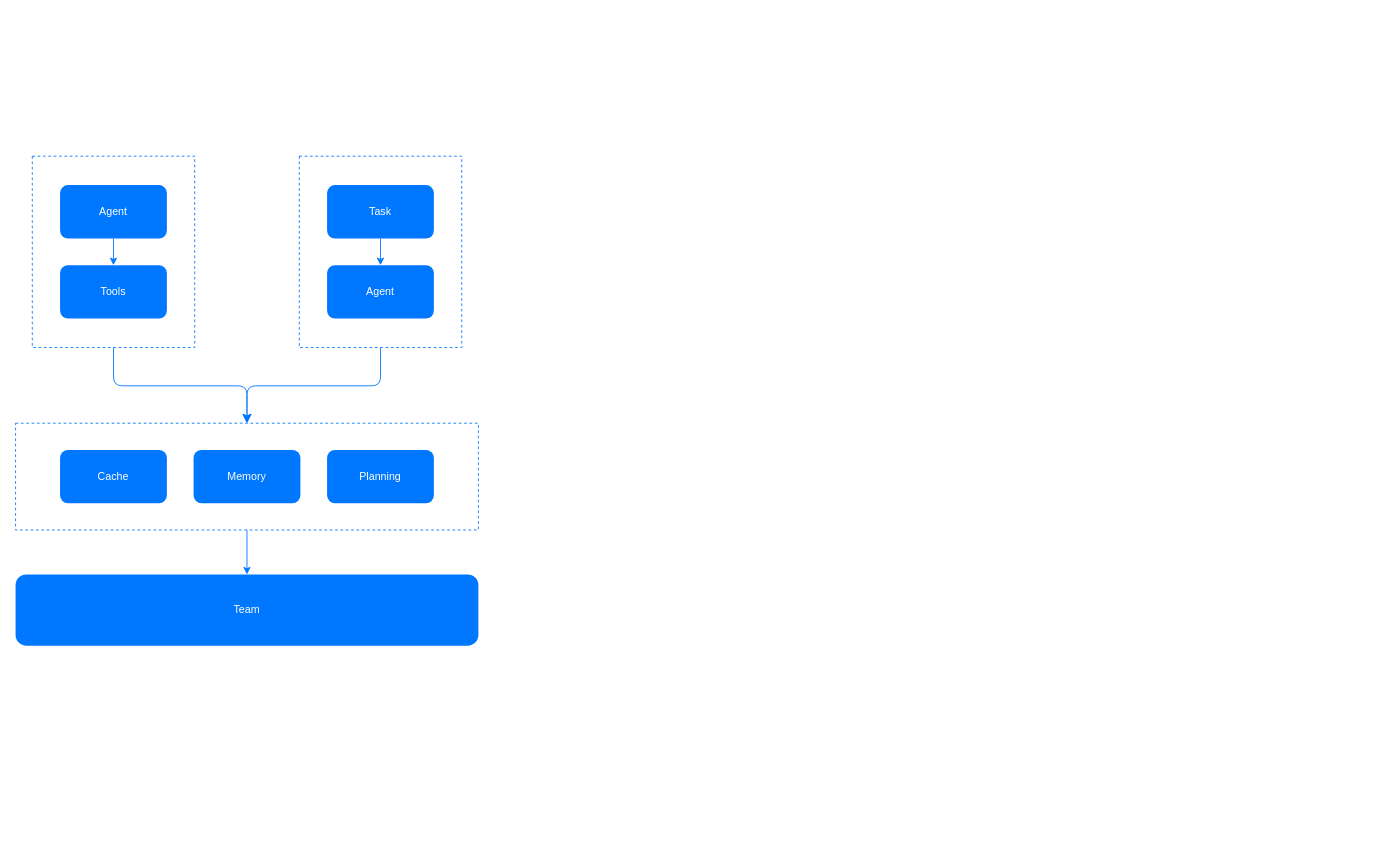
This is arch.drawio from ai-flowx/flowx, a draw.io file, before an edit. Source tidied: cells renumbered, new cells numbered last; positions are measured from the earlier drawing's top-left corner, leaving out a move shared by most shapes. Both pictures are drawn from the tidied source at 89%, with x=0, y=0 at pixel (15, 156).
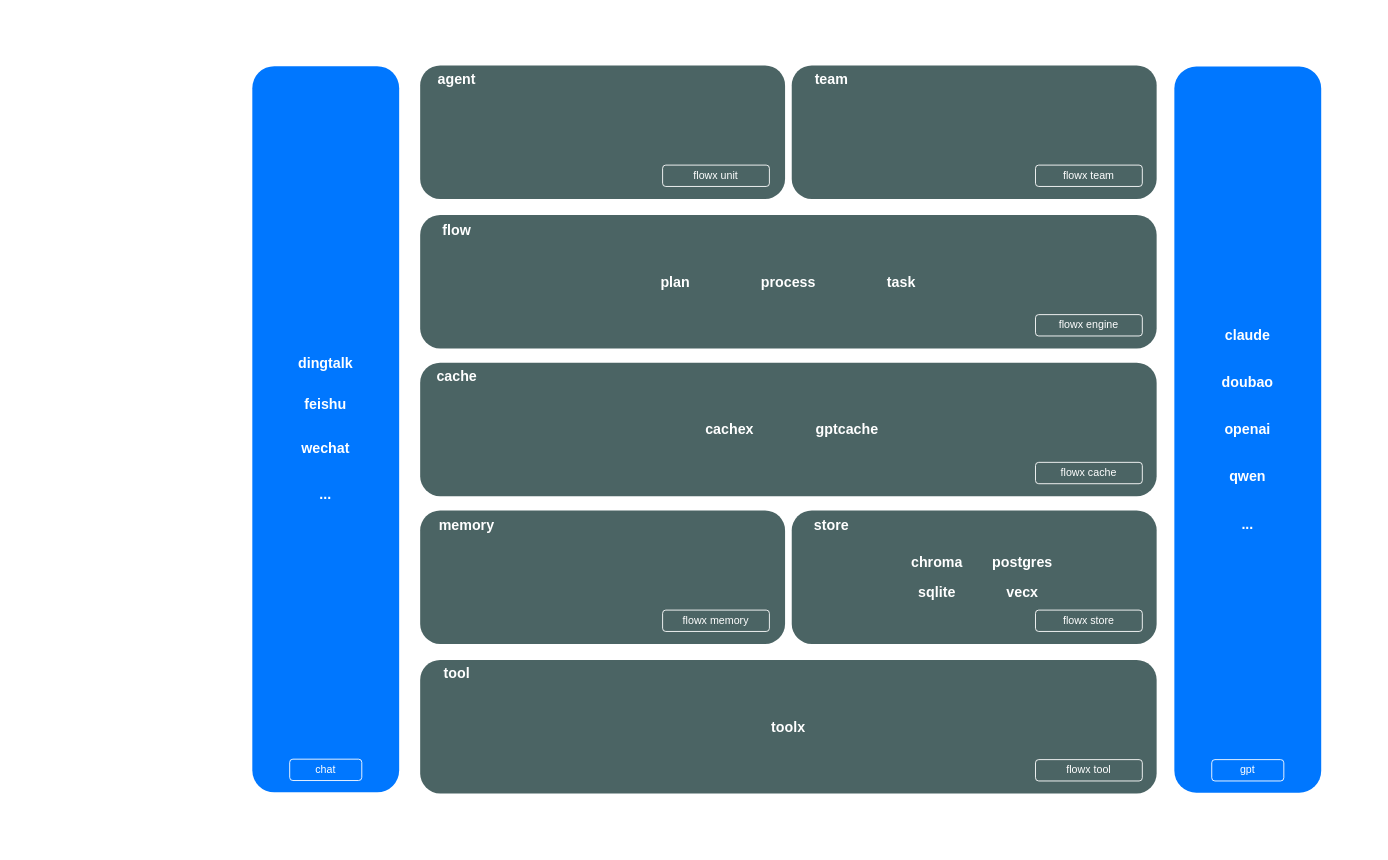
The same page after the edit.

Change to the diagram source:
```diff
@@
-    <mxCell id="2" style="rounded=0;whiteSpace=wrap;html=1;strokeColor=#0077FF;fillColor=none;dashed=1;" parent="1" vertex="1">
-      <mxGeometry x="18.8" width="182.5" height="215" as="geometry" />
-    </mxCell>
+    <mxCell id="18" style="rounded=0;whiteSpace=wrap;html=1;fillColor=#FFFFFF;strokeColor=none;" parent="1" vertex="1">
+      <mxGeometry x="210.9" y="-158.3" width="1314.8" height="931.1" as="geometry" />
+    </mxCell>
+    <mxCell id="19" style="rounded=1;whiteSpace=wrap;html=1;fillColor=#0077FF;strokeColor=none;" parent="1" vertex="1">
+      <mxGeometry x="266" y="-101.2" width="165" height="816" as="geometry" />
+    </mxCell>
-    <mxCell id="3" value="&lt;font color=&quot;#ffffff&quot;&gt;Tools&lt;/font&gt;" style="rounded=1;whiteSpace=wrap;html=1;fillColor=#0077FF;strokeColor=none;" parent="1" vertex="1">
-      <mxGeometry x="50" y="122.5" width="120" height="60" as="geometry" />
+    <mxCell id="3" style="rounded=1;whiteSpace=wrap;html=1;fillColor=#4B6464;strokeColor=none;" parent="1" vertex="1">
+      <mxGeometry x="872.1" y="398" width="410" height="150" as="geometry" />
     </mxCell>
+    <mxCell id="20" value="&lt;b&gt;store&lt;/b&gt;" style="text;html=1;strokeColor=none;fillColor=none;align=center;verticalAlign=middle;whiteSpace=wrap;rounded=0;fontSize=16;fontColor=#FFFFFF;" parent="1" vertex="1">
+      <mxGeometry x="870" y="398.5" width="93.9" height="30" as="geometry" />
+    </mxCell>
-    <mxCell id="4" value="&lt;font color=&quot;#ffffff&quot;&gt;Agent&lt;/font&gt;" style="rounded=1;whiteSpace=wrap;html=1;fillColor=#0077FF;strokeColor=none;" parent="1" vertex="1">
-      <mxGeometry x="50" y="32.5" width="120" height="60" as="geometry" />
+    <mxCell id="4" value="flowx store" style="text;html=1;strokeColor=#FFFFFF;fillColor=none;align=center;verticalAlign=middle;whiteSpace=wrap;rounded=1;fontStyle=0;fontColor=#FFFFFF;" parent="1" vertex="1">
+      <mxGeometry x="1146" y="510" width="120" height="24" as="geometry" />
     </mxCell>
-    <mxCell id="5" value="&lt;font color=&quot;#ffffff&quot;&gt;Team&lt;/font&gt;" style="rounded=1;whiteSpace=wrap;html=1;fillColor=#0077FF;strokeColor=none;" parent="1" vertex="1">
-      <mxGeometry y="470" width="520" height="80" as="geometry" />
-    </mxCell>
-    <mxCell id="6" style="edgeStyle=elbowEdgeStyle;elbow=vertical;endArrow=classic;html=1;rounded=1;endSize=8;startSize=8;exitX=0.5;exitY=1;exitDx=0;exitDy=0;entryX=0.5;entryY=0;entryDx=0;entryDy=0;strokeColor=#0077FF;" parent="1" edge="1" source="9" target="13">
-      <mxGeometry relative="1" as="geometry" />
+    <mxCell id="6" style="rounded=1;whiteSpace=wrap;html=1;fillColor=#4B6464;strokeColor=none;" parent="1" vertex="1">
+      <mxGeometry x="454.6" y="66" width="827.5" height="150" as="geometry" />
     </mxCell>
+    <mxCell id="21" value="&lt;b style=&quot;font-size: 16px;&quot;&gt;flow&lt;/b&gt;" style="text;html=1;strokeColor=none;fillColor=none;align=center;verticalAlign=middle;whiteSpace=wrap;rounded=0;fontSize=16;fontColor=#FFFFFF;" parent="1" vertex="1">
+      <mxGeometry x="454.6" y="68" width="81.5" height="30" as="geometry" />
+    </mxCell>
+    <mxCell id="22" value="&lt;span&gt;flowx engine&lt;/span&gt;" style="text;html=1;strokeColor=#FFFFFF;fillColor=none;align=center;verticalAlign=middle;whiteSpace=wrap;rounded=1;fontStyle=0;fontColor=#FFFFFF;" parent="1" vertex="1">
+      <mxGeometry x="1146" y="178" width="120" height="24" as="geometry" />
+    </mxCell>
-    <mxCell id="7" style="edgeStyle=elbowEdgeStyle;elbow=vertical;endArrow=classic;html=1;rounded=1;endSize=8;startSize=8;exitX=0.5;exitY=1;exitDx=0;exitDy=0;entryX=0.5;entryY=0;entryDx=0;entryDy=0;strokeColor=#0077FF;" parent="1" edge="1" source="2" target="13">
-      <mxGeometry relative="1" as="geometry" />
+    <mxCell id="7" style="rounded=1;whiteSpace=wrap;html=1;fillColor=#4B6464;strokeColor=none;" parent="1" vertex="1">
+      <mxGeometry x="454.6" y="398" width="410" height="150" as="geometry" />
     </mxCell>
-    <mxCell id="8" style="endArrow=classic;html=1;rounded=1;strokeColor=#0077FF;exitX=0.5;exitY=1;exitDx=0;exitDy=0;entryX=0.5;entryY=0;entryDx=0;entryDy=0;" parent="1" edge="1" source="4" target="3">
-      <mxGeometry relative="1" as="geometry" />
-    </mxCell>
-    <mxCell id="9" style="rounded=0;whiteSpace=wrap;html=1;strokeColor=#0077FF;fillColor=none;dashed=1;" parent="1" vertex="1">
-      <mxGeometry x="318.8" width="182.5" height="215" as="geometry" />
-    </mxCell>
-    <mxCell id="10" value="&lt;font color=&quot;#ffffff&quot;&gt;Agent&lt;/font&gt;" style="rounded=1;whiteSpace=wrap;html=1;fillColor=#0077FF;strokeColor=none;" parent="1" vertex="1">
-      <mxGeometry x="350" y="122.5" width="120" height="60" as="geometry" />
-    </mxCell>
-    <mxCell id="11" value="&lt;font color=&quot;#ffffff&quot;&gt;Task&lt;/font&gt;" style="rounded=1;whiteSpace=wrap;html=1;fillColor=#0077FF;strokeColor=none;" parent="1" vertex="1">
-      <mxGeometry x="350" y="32.5" width="120" height="60" as="geometry" />
-    </mxCell>
-    <mxCell id="12" style="endArrow=classic;html=1;rounded=1;strokeColor=#0077FF;exitX=0.5;exitY=1;exitDx=0;exitDy=0;entryX=0.5;entryY=0;entryDx=0;entryDy=0;" parent="1" edge="1" source="11" target="10">
-      <mxGeometry relative="1" as="geometry" />
-    </mxCell>
+    <mxCell id="23" value="&lt;b&gt;memory&lt;/b&gt;" style="text;html=1;strokeColor=none;fillColor=none;align=center;verticalAlign=middle;whiteSpace=wrap;rounded=0;fontSize=16;fontColor=#FFFFFF;" parent="1" vertex="1">
+      <mxGeometry x="454.6" y="398.5" width="103.6" height="30" as="geometry" />
+    </mxCell>
+    <mxCell id="24" value="flowx memory" style="text;html=1;strokeColor=#FFFFFF;fillColor=none;align=center;verticalAlign=middle;whiteSpace=wrap;rounded=1;fontStyle=0;fontColor=#FFFFFF;" parent="1" vertex="1">
+      <mxGeometry x="727" y="510" width="120" height="24" as="geometry" />
+    </mxCell>
+    <mxCell id="25" value="&lt;b&gt;wechat&lt;/b&gt;" style="text;html=1;strokeColor=none;fillColor=none;align=center;verticalAlign=middle;whiteSpace=wrap;rounded=0;fontSize=16;fontColor=#FFFFFF;" parent="1" vertex="1">
+      <mxGeometry x="303" y="313.1" width="91" height="30" as="geometry" />
+    </mxCell>
+    <mxCell id="26" value="&lt;b&gt;...&lt;/b&gt;" style="text;html=1;strokeColor=none;fillColor=none;align=center;verticalAlign=middle;whiteSpace=wrap;rounded=0;fontSize=16;fontColor=#FFFFFF;" parent="1" vertex="1">
+      <mxGeometry x="303" y="365.1" width="91" height="30" as="geometry" />
+    </mxCell>
+    <mxCell id="27" value="&lt;b&gt;feishu&lt;/b&gt;" style="text;html=1;strokeColor=none;fillColor=none;align=center;verticalAlign=middle;whiteSpace=wrap;rounded=0;fontSize=16;fontColor=#FFFFFF;" parent="1" vertex="1">
+      <mxGeometry x="303" y="264.1" width="91" height="30" as="geometry" />
+    </mxCell>
+    <mxCell id="28" value="&lt;b&gt;dingtalk&lt;/b&gt;" style="text;html=1;strokeColor=none;fillColor=none;align=center;verticalAlign=middle;whiteSpace=wrap;rounded=0;fontSize=16;fontColor=#FFFFFF;" parent="1" vertex="1">
+      <mxGeometry x="303" y="218.4" width="91" height="30" as="geometry" />
+    </mxCell>
-    <mxCell id="13" style="rounded=0;whiteSpace=wrap;html=1;strokeColor=#0077FF;fillColor=none;dashed=1;" parent="1" vertex="1">
-      <mxGeometry y="300" width="520" height="120" as="geometry" />
+    <mxCell id="13" style="rounded=1;whiteSpace=wrap;html=1;fillColor=#4B6464;strokeColor=none;" parent="1" vertex="1">
+      <mxGeometry x="454.6" y="232" width="827.5" height="150" as="geometry" />
     </mxCell>
-    <mxCell id="14" value="&lt;font color=&quot;#ffffff&quot;&gt;Planning&lt;/font&gt;" style="rounded=1;whiteSpace=wrap;html=1;fillColor=#0077FF;strokeColor=none;" parent="1" vertex="1">
-      <mxGeometry x="350" y="330" width="120" height="60" as="geometry" />
+    <mxCell id="14" value="&lt;b style=&quot;font-size: 16px;&quot;&gt;cache&lt;/b&gt;" style="text;html=1;strokeColor=none;fillColor=none;align=center;verticalAlign=middle;whiteSpace=wrap;rounded=0;fontSize=16;fontColor=#FFFFFF;" parent="1" vertex="1">
+      <mxGeometry x="454.6" y="232" width="81.5" height="30" as="geometry" />
     </mxCell>
-    <mxCell id="15" value="&lt;font color=&quot;#ffffff&quot;&gt;Memory&lt;/font&gt;" style="rounded=1;whiteSpace=wrap;html=1;fillColor=#0077FF;strokeColor=none;" parent="1" vertex="1">
-      <mxGeometry x="200" y="330" width="120" height="60" as="geometry" />
+    <mxCell id="15" value="flowx cache" style="text;html=1;strokeColor=#FFFFFF;fillColor=none;align=center;verticalAlign=middle;whiteSpace=wrap;rounded=1;fontStyle=0;fontColor=#FFFFFF;" parent="1" vertex="1">
+      <mxGeometry x="1146" y="344" width="120" height="24" as="geometry" />
     </mxCell>
+    <mxCell id="29" style="rounded=1;whiteSpace=wrap;html=1;fillColor=#0077FF;strokeColor=none;" parent="1" vertex="1">
+      <mxGeometry x="1302" y="-100.8" width="165" height="816" as="geometry" />
+    </mxCell>
-    <mxCell id="16" style="endArrow=classic;html=1;rounded=1;strokeColor=#0077FF;exitX=0.5;exitY=1;exitDx=0;exitDy=0;entryX=0.5;entryY=0;entryDx=0;entryDy=0;" parent="1" edge="1" source="13" target="5">
-      <mxGeometry relative="1" as="geometry" />
+    <mxCell id="16" value="gpt" style="text;html=1;strokeColor=#FFFFFF;fillColor=none;align=center;verticalAlign=middle;whiteSpace=wrap;rounded=1;fontStyle=0;fontColor=#FFFFFF;" parent="1" vertex="1">
+      <mxGeometry x="1344" y="678" width="81" height="24" as="geometry" />
     </mxCell>
-    <mxCell id="17" value="&lt;font color=&quot;#ffffff&quot;&gt;Cache&lt;/font&gt;" style="rounded=1;whiteSpace=wrap;html=1;fillColor=#0077FF;strokeColor=none;" parent="1" vertex="1">
-      <mxGeometry x="50" y="330" width="120" height="60" as="geometry" />
+    <mxCell id="17" value="&lt;b&gt;openai&lt;/b&gt;" style="text;html=1;strokeColor=none;fillColor=none;align=center;verticalAlign=middle;whiteSpace=wrap;rounded=0;fontSize=16;fontColor=#FFFFFF;" parent="1" vertex="1">
+      <mxGeometry x="1339" y="291.8" width="91" height="30" as="geometry" />
     </mxCell>
+    <mxCell id="30" value="&lt;b&gt;qwen&lt;/b&gt;" style="text;html=1;strokeColor=none;fillColor=none;align=center;verticalAlign=middle;whiteSpace=wrap;rounded=0;fontSize=16;fontColor=#FFFFFF;" parent="1" vertex="1">
+      <mxGeometry x="1339" y="344.8" width="91" height="30" as="geometry" />
+    </mxCell>
+    <mxCell id="31" value="&lt;b&gt;doubao&lt;/b&gt;" style="text;html=1;strokeColor=none;fillColor=none;align=center;verticalAlign=middle;whiteSpace=wrap;rounded=0;fontSize=16;fontColor=#FFFFFF;" parent="1" vertex="1">
+      <mxGeometry x="1339" y="238.8" width="91" height="30" as="geometry" />
+    </mxCell>
+    <mxCell id="32" value="&lt;b&gt;claude&lt;/b&gt;" style="text;html=1;strokeColor=none;fillColor=none;align=center;verticalAlign=middle;whiteSpace=wrap;rounded=0;fontSize=16;fontColor=#FFFFFF;" parent="1" vertex="1">
+      <mxGeometry x="1339" y="185.8" width="91" height="30" as="geometry" />
+    </mxCell>
+    <mxCell id="33" value="&lt;b&gt;...&lt;/b&gt;" style="text;html=1;strokeColor=none;fillColor=none;align=center;verticalAlign=middle;whiteSpace=wrap;rounded=0;fontSize=16;fontColor=#FFFFFF;" parent="1" vertex="1">
+      <mxGeometry x="1339" y="397.8" width="91" height="30" as="geometry" />
+    </mxCell>
+    <mxCell id="34" style="rounded=1;whiteSpace=wrap;html=1;fillColor=#4B6464;strokeColor=none;" parent="1" vertex="1">
+      <mxGeometry x="872.1" y="-102" width="410" height="150" as="geometry" />
+    </mxCell>
+    <mxCell id="35" value="&lt;b&gt;team&lt;/b&gt;" style="text;html=1;strokeColor=none;fillColor=none;align=center;verticalAlign=middle;whiteSpace=wrap;rounded=0;fontSize=16;fontColor=#FFFFFF;" parent="1" vertex="1">
+      <mxGeometry x="870" y="-102" width="93.9" height="30" as="geometry" />
+    </mxCell>
+    <mxCell id="36" value="flowx team" style="text;html=1;strokeColor=#FFFFFF;fillColor=none;align=center;verticalAlign=middle;whiteSpace=wrap;rounded=1;fontStyle=0;fontColor=#FFFFFF;" parent="1" vertex="1">
+      <mxGeometry x="1146" y="10" width="120" height="24" as="geometry" />
+    </mxCell>
+    <mxCell id="37" style="rounded=1;whiteSpace=wrap;html=1;fillColor=#4B6464;strokeColor=none;" parent="1" vertex="1">
+      <mxGeometry x="454.6" y="-102" width="410" height="150" as="geometry" />
+    </mxCell>
+    <mxCell id="38" value="&lt;b&gt;agent&lt;/b&gt;" style="text;html=1;strokeColor=none;fillColor=none;align=center;verticalAlign=middle;whiteSpace=wrap;rounded=0;fontSize=16;fontColor=#FFFFFF;" parent="1" vertex="1">
+      <mxGeometry x="443.5" y="-102" width="103.6" height="30" as="geometry" />
+    </mxCell>
+    <mxCell id="39" value="flowx unit" style="text;html=1;strokeColor=#FFFFFF;fillColor=none;align=center;verticalAlign=middle;whiteSpace=wrap;rounded=1;fontStyle=0;fontColor=#FFFFFF;" parent="1" vertex="1">
+      <mxGeometry x="727" y="10" width="120" height="24" as="geometry" />
+    </mxCell>
+    <mxCell id="40" value="&lt;b&gt;plan&lt;/b&gt;" style="text;html=1;strokeColor=none;fillColor=none;align=center;verticalAlign=middle;whiteSpace=wrap;rounded=0;fontSize=16;fontColor=#FFFFFF;" parent="1" vertex="1">
+      <mxGeometry x="695.8" y="126" width="91" height="30" as="geometry" />
+    </mxCell>
+    <mxCell id="41" value="&lt;b&gt;process&lt;/b&gt;" style="text;html=1;strokeColor=none;fillColor=none;align=center;verticalAlign=middle;whiteSpace=wrap;rounded=0;fontSize=16;fontColor=#FFFFFF;" parent="1" vertex="1">
+      <mxGeometry x="822.6" y="126" width="91" height="30" as="geometry" />
+    </mxCell>
+    <mxCell id="42" value="&lt;b&gt;task&lt;/b&gt;" style="text;html=1;strokeColor=none;fillColor=none;align=center;verticalAlign=middle;whiteSpace=wrap;rounded=0;fontSize=16;fontColor=#FFFFFF;" parent="1" vertex="1">
+      <mxGeometry x="949.8" y="126" width="91" height="30" as="geometry" />
+    </mxCell>
+    <mxCell id="43" style="rounded=1;whiteSpace=wrap;html=1;fillColor=#4B6464;strokeColor=none;" parent="1" vertex="1">
+      <mxGeometry x="454.6" y="566" width="827.5" height="150" as="geometry" />
+    </mxCell>
+    <mxCell id="44" value="&lt;b style=&quot;font-size: 16px;&quot;&gt;tool&lt;/b&gt;" style="text;html=1;strokeColor=none;fillColor=none;align=center;verticalAlign=middle;whiteSpace=wrap;rounded=0;fontSize=16;fontColor=#FFFFFF;" parent="1" vertex="1">
+      <mxGeometry x="454.6" y="566" width="81.5" height="30" as="geometry" />
+    </mxCell>
+    <mxCell id="45" value="&lt;span&gt;flowx tool&lt;/span&gt;" style="text;html=1;strokeColor=#FFFFFF;fillColor=none;align=center;verticalAlign=middle;whiteSpace=wrap;rounded=1;fontStyle=0;fontColor=#FFFFFF;" parent="1" vertex="1">
+      <mxGeometry x="1146" y="678" width="120" height="24" as="geometry" />
+    </mxCell>
+    <mxCell id="46" value="&lt;b&gt;toolx&lt;/b&gt;" style="text;html=1;strokeColor=none;fillColor=none;align=center;verticalAlign=middle;whiteSpace=wrap;rounded=0;fontSize=16;fontColor=#FFFFFF;" parent="1" vertex="1">
+      <mxGeometry x="822.8" y="626" width="91" height="30" as="geometry" />
+    </mxCell>
+    <mxCell id="47" value="&lt;b&gt;cachex&lt;/b&gt;" style="text;html=1;strokeColor=none;fillColor=none;align=center;verticalAlign=middle;whiteSpace=wrap;rounded=0;fontSize=16;fontColor=#FFFFFF;" parent="1" vertex="1">
+      <mxGeometry x="756.8" y="291.8" width="91" height="30" as="geometry" />
+    </mxCell>
+    <mxCell id="48" value="&lt;b&gt;gptcache&lt;/b&gt;" style="text;html=1;strokeColor=none;fillColor=none;align=center;verticalAlign=middle;whiteSpace=wrap;rounded=0;fontSize=16;fontColor=#FFFFFF;" parent="1" vertex="1">
+      <mxGeometry x="888.8" y="292.2" width="91" height="30" as="geometry" />
+    </mxCell>
+    <mxCell id="49" value="&lt;b&gt;chroma&lt;/b&gt;" style="text;html=1;strokeColor=none;fillColor=none;align=center;verticalAlign=middle;whiteSpace=wrap;rounded=0;fontSize=16;fontColor=#FFFFFF;" parent="1" vertex="1">
+      <mxGeometry x="990" y="441" width="91" height="30" as="geometry" />
+    </mxCell>
+    <mxCell id="50" value="&lt;b&gt;sqlite&lt;/b&gt;" style="text;html=1;strokeColor=none;fillColor=none;align=center;verticalAlign=middle;whiteSpace=wrap;rounded=0;fontSize=16;fontColor=#FFFFFF;" parent="1" vertex="1">
+      <mxGeometry x="990" y="475" width="91" height="30" as="geometry" />
+    </mxCell>
+    <mxCell id="51" value="&lt;b&gt;vecx&lt;/b&gt;" style="text;html=1;strokeColor=none;fillColor=none;align=center;verticalAlign=middle;whiteSpace=wrap;rounded=0;fontSize=16;fontColor=#FFFFFF;" parent="1" vertex="1">
+      <mxGeometry x="1086" y="475" width="91" height="30" as="geometry" />
+    </mxCell>
+    <mxCell id="52" value="&lt;b&gt;postgres&lt;/b&gt;" style="text;html=1;strokeColor=none;fillColor=none;align=center;verticalAlign=middle;whiteSpace=wrap;rounded=0;fontSize=16;fontColor=#FFFFFF;" parent="1" vertex="1">
+      <mxGeometry x="1086" y="441" width="91" height="30" as="geometry" />
+    </mxCell>
+    <mxCell id="53" value="chat" style="text;html=1;strokeColor=#FFFFFF;fillColor=none;align=center;verticalAlign=middle;whiteSpace=wrap;rounded=1;fontStyle=0;fontColor=#FFFFFF;" parent="1" vertex="1">
+      <mxGeometry x="308" y="677.5" width="81" height="24" as="geometry" />
+    </mxCell>
```
